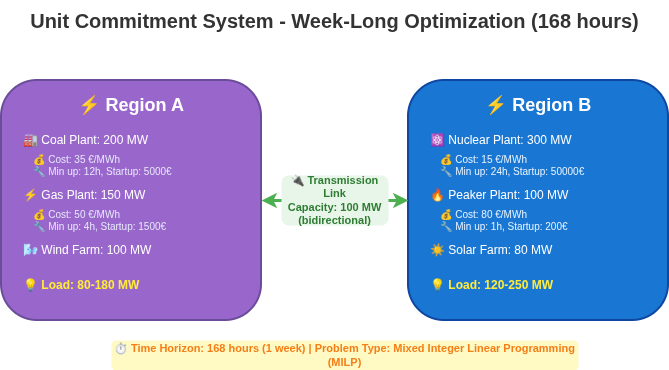
AntaresSimulatorTeam/GEMS keeps this draw.io diagram as doc/assets/2_Scheme_QSE2_Unit_Com_System.png. Above is the earlier version. Source tidied: cells renumbered, new cells last; positions are measured from the earlier drawing's top-left corner, leaving out a move shared by most shapes.
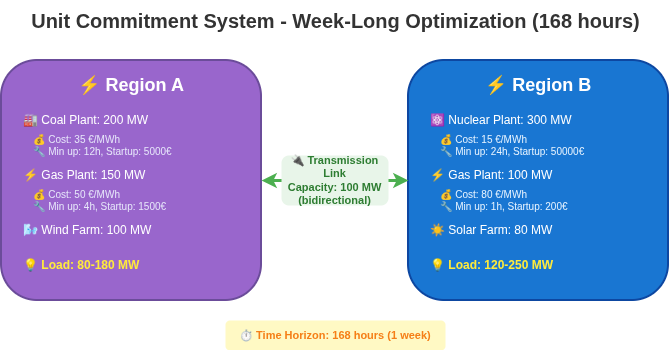
The same diagram one commit later.

Diff of the diagram source:
```diff
@@ -38,7 +38,7 @@
     <mxCell id="13" value="💰 Cost: 15 €/MWh&#10;🔧 Min up: 24h, Startup: 50000€" style="text;html=1;strokeColor=none;fillColor=none;align=left;verticalAlign=middle;whiteSpace=wrap;rounded=0;fontSize=10;fontColor=#E6F3FF;" parent="1" vertex="1">
       <mxGeometry x="437" y="150" width="220" height="30" as="geometry" />
     </mxCell>
-    <mxCell id="14" value="🔥 Peaker Plant: 100 MW" style="text;html=1;strokeColor=none;fillColor=none;align=left;verticalAlign=middle;whiteSpace=wrap;rounded=0;fontSize=12;fontColor=#FFFFFF;fontStyle=0;" parent="1" vertex="1">
+    <mxCell id="14" value="⚡ Gas Plant: 100 MW" style="text;html=1;strokeColor=none;fillColor=none;align=left;verticalAlign=middle;whiteSpace=wrap;rounded=0;fontSize=12;fontColor=#FFFFFF;fontStyle=0;" parent="1" vertex="1">
       <mxGeometry x="427" y="185" width="220" height="20" as="geometry" />
     </mxCell>
     <mxCell id="15" value="💰 Cost: 80 €/MWh&#10;🔧 Min up: 1h, Startup: 200€" style="text;html=1;strokeColor=none;fillColor=none;align=left;verticalAlign=middle;whiteSpace=wrap;rounded=0;fontSize=10;fontColor=#E6F3FF;" parent="1" vertex="1">
@@ -57,10 +57,10 @@
       <mxGeometry x="280" y="175" width="107" height="50" as="geometry" />
     </mxCell>
     <mxCell id="20" value="Unit Commitment System - Week-Long Optimization (168 hours)" style="text;html=1;strokeColor=none;fillColor=none;align=center;verticalAlign=middle;whiteSpace=wrap;rounded=0;fontSize=20;fontStyle=1;fontColor=#333333;" parent="1" vertex="1">
-      <mxGeometry width="667" height="40" as="geometry" />
+      <mxGeometry x="0.5" y="20" width="667" height="40" as="geometry" />
     </mxCell>
-    <mxCell id="21" value="⏱️ Time Horizon: 168 hours (1 week) | Problem Type: Mixed Integer Linear Programming (MILP)" style="text;html=1;strokeColor=none;fillColor=#FFF9C4;align=center;verticalAlign=middle;whiteSpace=wrap;rounded=1;fontSize=11;fontStyle=1;fontColor=#F57F17;" parent="1" vertex="1">
-      <mxGeometry x="110" y="340" width="467" height="30" as="geometry" />
+    <mxCell id="21" value="⏱️ Time Horizon: 168 hours (1 week)" style="text;html=1;strokeColor=none;fillColor=#FFF9C4;align=center;verticalAlign=middle;whiteSpace=wrap;rounded=1;fontSize=11;fontStyle=1;fontColor=#F57F17;" parent="1" vertex="1">
+      <mxGeometry x="224" y="340" width="220" height="30" as="geometry" />
     </mxCell>
   </root>
 </mxGraphModel>
```
